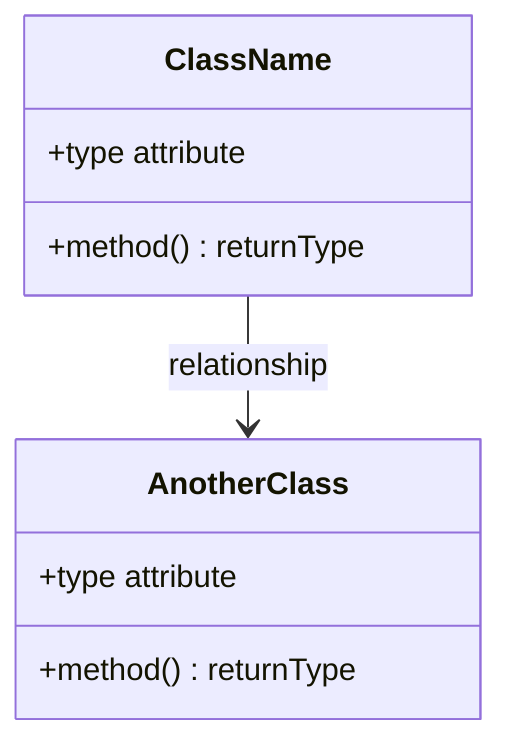
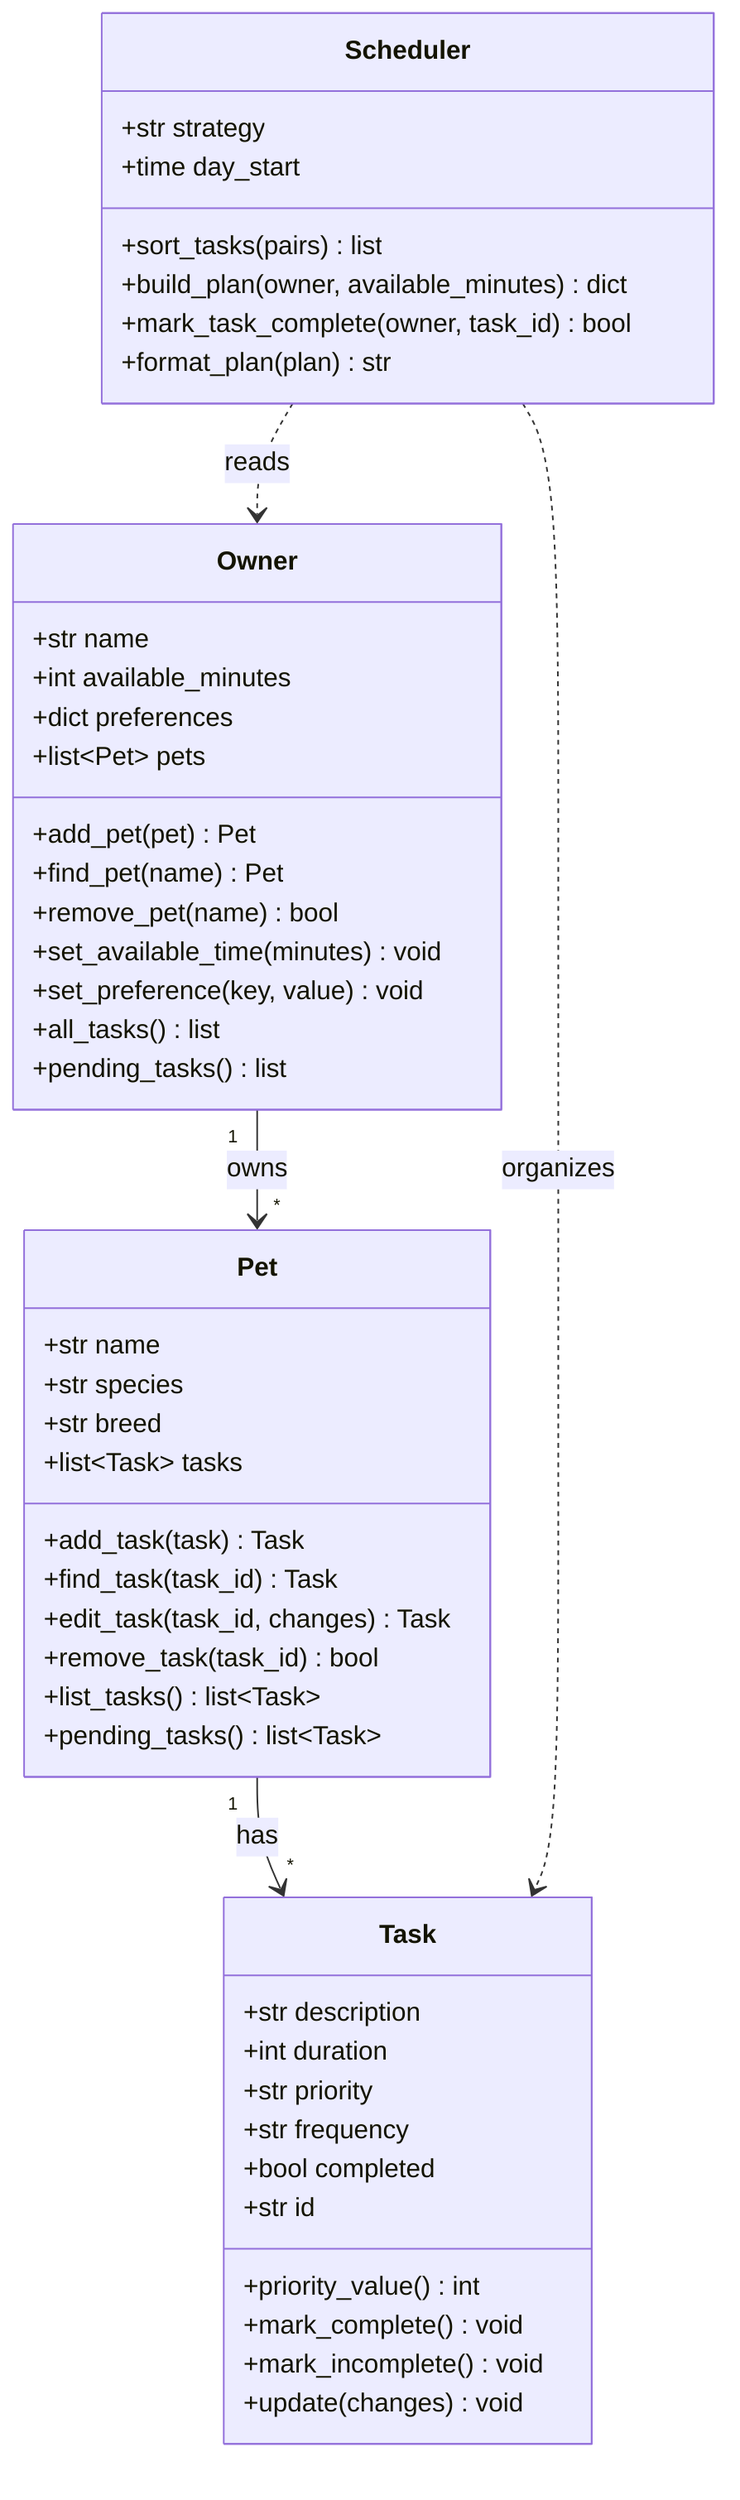
classDiagram
-     %% Replace the placeholders below with your actual classes, attributes, methods, and relationships.
+     %% PawPal+ class design (matches pawpal_system.py)
    %% Keep this file updated so it matches your final implementation.

-     class ClassName {
-         +type attribute
-         +method() returnType
+     class Task {
+         +str description
+         +int duration
+         +str priority
+         +str frequency
+         +bool completed
+         +str id
+         +priority_value() int
+         +mark_complete() void
+         +mark_incomplete() void
+         +update(changes) void
    }

-     class AnotherClass {
-         +type attribute
-         +method() returnType
+     class Pet {
+         +str name
+         +str species
+         +str breed
+         +list~Task~ tasks
+         +add_task(task) Task
+         +find_task(task_id) Task
+         +edit_task(task_id, changes) Task
+         +remove_task(task_id) bool
+         +list_tasks() list~Task~
+         +pending_tasks() list~Task~
    }

-     ClassName --> AnotherClass : relationship
+     class Owner {
+         +str name
+         +int available_minutes
+         +dict preferences
+         +list~Pet~ pets
+         +add_pet(pet) Pet
+         +find_pet(name) Pet
+         +remove_pet(name) bool
+         +set_available_time(minutes) void
+         +set_preference(key, value) void
+         +all_tasks() list
+         +pending_tasks() list
+     }
+ 
+     class Scheduler {
+         +str strategy
+         +time day_start
+         +sort_tasks(pairs) list
+         +build_plan(owner, available_minutes) dict
+         +mark_task_complete(owner, task_id) bool
+         +format_plan(plan) str
+     }
+ 
+     Owner "1" --> "*" Pet : owns
+     Pet "1" --> "*" Task : has
+     Scheduler ..> Owner : reads
+     Scheduler ..> Task : organizes
